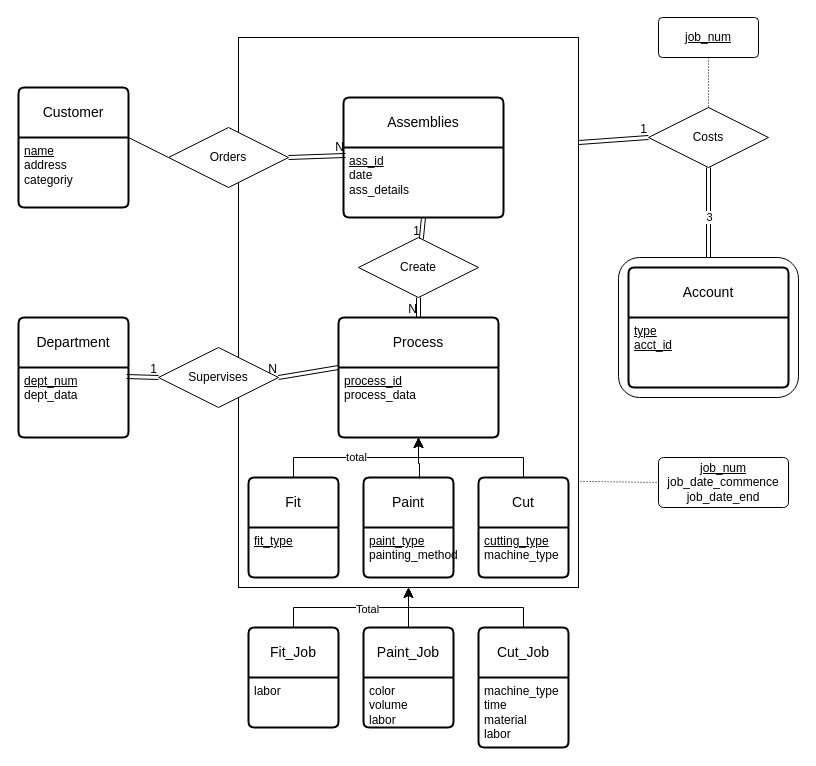
Before: Project/Project.drawio in nurfnick/DBMS, a draw.io diagram. Source tidied: cells renumbered, new cells numbered last; positions are measured from the earlier drawing's top-left corner, leaving out a move shared by most shapes. Both pictures are drawn from the tidied source at 100%, with x=0, y=0 at pixel (18, 17).
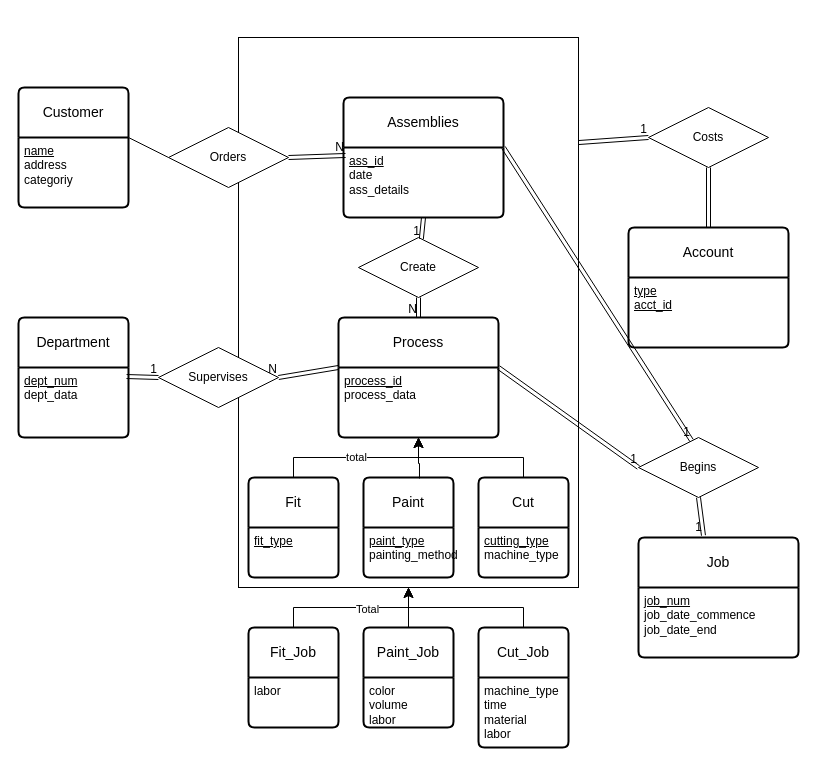
After the change.

Unchanged cells that the change refers to:
```xml
<mxCell id="3" style="rounded=0;whiteSpace=wrap;html=1;" parent="1" vertex="1">
  <mxGeometry x="220" y="20" width="340" height="550" as="geometry" />
</mxCell>
<mxCell id="5" value="&lt;div&gt;&lt;u&gt;ass_id&lt;/u&gt;&lt;/div&gt;&lt;div&gt;date&lt;u&gt;&lt;br&gt;&lt;/u&gt;&lt;/div&gt;&lt;div&gt;ass_details&lt;br&gt;&lt;/div&gt;" style="align=left;strokeColor=none;fillColor=none;spacingLeft=4;fontSize=12;verticalAlign=top;html=1;" parent="4" vertex="1">
  <mxGeometry y="50" width="160" height="70" as="geometry" />
</mxCell>
<mxCell id="8" value="&lt;div&gt;&lt;u&gt;process_id&lt;/u&gt;&lt;/div&gt;&lt;div&gt;process_data&lt;br&gt;&lt;/div&gt;" style="align=left;strokeColor=none;fillColor=none;spacingLeft=4;fontSize=12;verticalAlign=top;html=1;" parent="7" vertex="1">
  <mxGeometry y="50" width="160" height="70" as="geometry" />
</mxCell>
<mxCell id="35" value="Costs" style="shape=rhombus;perimeter=rhombusPerimeter;whiteSpace=wrap;html=1;align=center;" parent="1" vertex="1">
  <mxGeometry x="630" y="90" width="120" height="60" as="geometry" />
</mxCell>
```

Change to the diagram source:
```diff
@@
-    <mxCell id="2" style="rounded=1;whiteSpace=wrap;html=1;" parent="1" vertex="1">
-      <mxGeometry x="600" y="240" width="180" height="140" as="geometry" />
-    </mxCell>
@@
-    <mxCell id="36" value="&lt;u&gt;job_num&lt;/u&gt;" style="rounded=1;arcSize=10;whiteSpace=wrap;html=1;align=center;" parent="1" vertex="1">
-      <mxGeometry x="640" width="100" height="40" as="geometry" />
-    </mxCell>
-    <mxCell id="37" style="endArrow=none;html=1;rounded=0;dashed=1;dashPattern=1 2;exitX=0.5;exitY=1;exitDx=0;exitDy=0;" parent="1" edge="1" source="36" target="35">
-      <mxGeometry relative="1" as="geometry" />
-    </mxCell>
-    <mxCell id="38" style="html=1;whiteSpace=wrap;align=right;verticalAlign=bottom;" parent="37" vertex="1">
-      <mxGeometry x="1" relative="1" as="geometry" />
-    </mxCell>
-    <mxCell id="39" style="shape=link;html=1;rounded=0;exitX=0.5;exitY=1;exitDx=0;exitDy=0;entryX=0.5;entryY=0;entryDx=0;entryDy=0;" parent="1" edge="1" source="35" target="2">
-      <mxGeometry relative="1" as="geometry" />
-    </mxCell>
-    <mxCell id="40" value="3" style="edgeLabel;html=1;align=center;verticalAlign=middle;" parent="39" vertex="1">
-      <mxGeometry x="0.08" relative="1" as="geometry" />
-    </mxCell>
-    <mxCell id="41" value="Account" style="swimlane;horizontal=1;startSize=50;rounded=1;fontSize=14;fontStyle=0;strokeWidth=2;shadow=0;dashed=0;align=center;arcSize=4;whiteSpace=wrap;html=1;" parent="1" vertex="1">
-      <mxGeometry x="610" y="250" width="160" height="120" as="geometry" />
-    </mxCell>
-    <mxCell id="42" value="&lt;div&gt;&lt;u&gt;type&lt;/u&gt;&lt;/div&gt;&lt;div&gt;&lt;u&gt;acct_id&lt;br&gt;&lt;/u&gt;&lt;/div&gt;" style="align=left;strokeColor=none;fillColor=none;spacingLeft=4;fontSize=12;verticalAlign=top;html=1;" parent="41" vertex="1">
-      <mxGeometry y="50" width="160" height="70" as="geometry" />
-    </mxCell>
@@
+    <mxCell id="58" value="Job" style="swimlane;horizontal=1;startSize=50;rounded=1;fontSize=14;fontStyle=0;strokeWidth=2;shadow=0;dashed=0;align=center;arcSize=4;whiteSpace=wrap;html=1;" parent="1" vertex="1">
+      <mxGeometry x="620" y="520" width="160" height="120" as="geometry" />
+    </mxCell>
-    <mxCell id="55" value="&lt;div&gt;&lt;u&gt;job_num&lt;br&gt;&lt;/u&gt;&lt;/div&gt;&lt;div&gt;job_date_commence&lt;u&gt;&lt;br&gt;&lt;/u&gt;&lt;div&gt;job_date_end&lt;/div&gt;&lt;/div&gt;" style="rounded=1;arcSize=10;whiteSpace=wrap;html=1;align=center;" parent="1" vertex="1">
-      <mxGeometry x="640" y="440" width="130" height="50" as="geometry" />
+    <mxCell id="55" value="&lt;div&gt;&lt;u&gt;job_num&lt;br&gt;&lt;/u&gt;&lt;/div&gt;&lt;div&gt;job_date_commence&lt;u&gt;&lt;br&gt;&lt;/u&gt;&lt;div&gt;job_date_end&lt;/div&gt;&lt;/div&gt;" style="align=left;strokeColor=none;fillColor=none;spacingLeft=4;fontSize=12;verticalAlign=top;html=1;" parent="58" vertex="1">
+      <mxGeometry y="50" width="160" height="70" as="geometry" />
     </mxCell>
-    <mxCell id="56" style="endArrow=none;html=1;rounded=0;dashed=1;dashPattern=1 2;exitX=1.006;exitY=0.807;exitDx=0;exitDy=0;exitPerimeter=0;entryX=0;entryY=0.5;entryDx=0;entryDy=0;" parent="1" edge="1" source="3" target="55">
-      <mxGeometry relative="1" as="geometry" />
-    </mxCell>
-    <mxCell id="57" style="html=1;whiteSpace=wrap;align=right;verticalAlign=bottom;" parent="56" vertex="1">
-      <mxGeometry x="1" relative="1" as="geometry" />
-    </mxCell>
+    <mxCell id="59" value="Begins" style="shape=rhombus;perimeter=rhombusPerimeter;whiteSpace=wrap;html=1;align=center;" parent="1" vertex="1">
+      <mxGeometry x="620" y="420" width="120" height="60" as="geometry" />
+    </mxCell>
+    <mxCell id="60" style="shape=link;html=1;rounded=0;entryX=0;entryY=0.5;entryDx=0;entryDy=0;exitX=1;exitY=0;exitDx=0;exitDy=0;" parent="1" edge="1" source="8" target="59">
+      <mxGeometry relative="1" as="geometry" />
+    </mxCell>
+    <mxCell id="61" value="1" style="html=1;whiteSpace=wrap;align=right;verticalAlign=bottom;" parent="60" vertex="1">
+      <mxGeometry x="1" relative="1" as="geometry" />
+    </mxCell>
+    <mxCell id="62" style="shape=link;html=1;rounded=0;exitX=1;exitY=0;exitDx=0;exitDy=0;entryX=0.442;entryY=0.05;entryDx=0;entryDy=0;entryPerimeter=0;" parent="1" edge="1" source="5" target="59">
+      <mxGeometry relative="1" as="geometry" />
+    </mxCell>
+    <mxCell id="63" value="1" style="html=1;whiteSpace=wrap;align=right;verticalAlign=bottom;" parent="62" vertex="1">
+      <mxGeometry x="1" relative="1" as="geometry" />
+    </mxCell>
+    <mxCell id="64" style="shape=link;html=1;rounded=0;exitX=0.5;exitY=1;exitDx=0;exitDy=0;entryX=0.5;entryY=0;entryDx=0;entryDy=0;" parent="1" edge="1" source="35" target="41">
+      <mxGeometry relative="1" as="geometry" />
+    </mxCell>
+    <mxCell id="41" value="Account" style="swimlane;horizontal=1;startSize=50;rounded=1;fontSize=14;fontStyle=0;strokeWidth=2;shadow=0;dashed=0;align=center;arcSize=4;whiteSpace=wrap;html=1;" parent="1" vertex="1">
+      <mxGeometry x="610" y="210" width="160" height="120" as="geometry" />
+    </mxCell>
+    <mxCell id="42" value="&lt;div&gt;&lt;u&gt;type&lt;/u&gt;&lt;/div&gt;&lt;div&gt;&lt;u&gt;acct_id&lt;br&gt;&lt;/u&gt;&lt;/div&gt;" style="align=left;strokeColor=none;fillColor=none;spacingLeft=4;fontSize=12;verticalAlign=top;html=1;" parent="41" vertex="1">
+      <mxGeometry y="50" width="160" height="70" as="geometry" />
+    </mxCell>
+    <mxCell id="65" style="shape=link;html=1;rounded=0;exitX=0.5;exitY=1;exitDx=0;exitDy=0;entryX=0.406;entryY=-0.017;entryDx=0;entryDy=0;entryPerimeter=0;" parent="1" edge="1" source="59" target="58">
+      <mxGeometry relative="1" as="geometry" />
+    </mxCell>
+    <mxCell id="66" value="1" style="html=1;whiteSpace=wrap;align=right;verticalAlign=bottom;" parent="65" vertex="1">
+      <mxGeometry x="1" relative="1" as="geometry" />
+    </mxCell>
```
